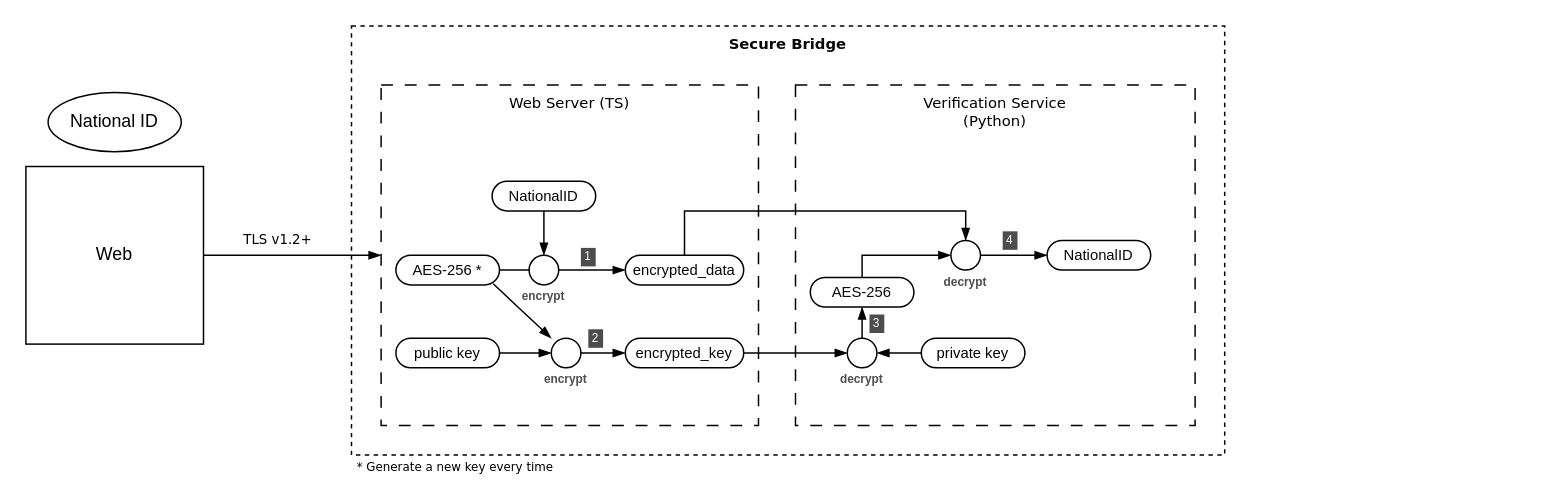
The draw.io diagram secure bridge.drawio in oskee121/Assignment-Secure-Bridge-Library-Apr-2026, before the edit. Source tidied: cells renumbered, new cells numbered last; positions are measured from the earlier drawing's top-left corner, leaving out a move shared by most shapes. Both pictures are drawn from the tidied source at 148%, with x=0, y=0 at pixel (25, 25).
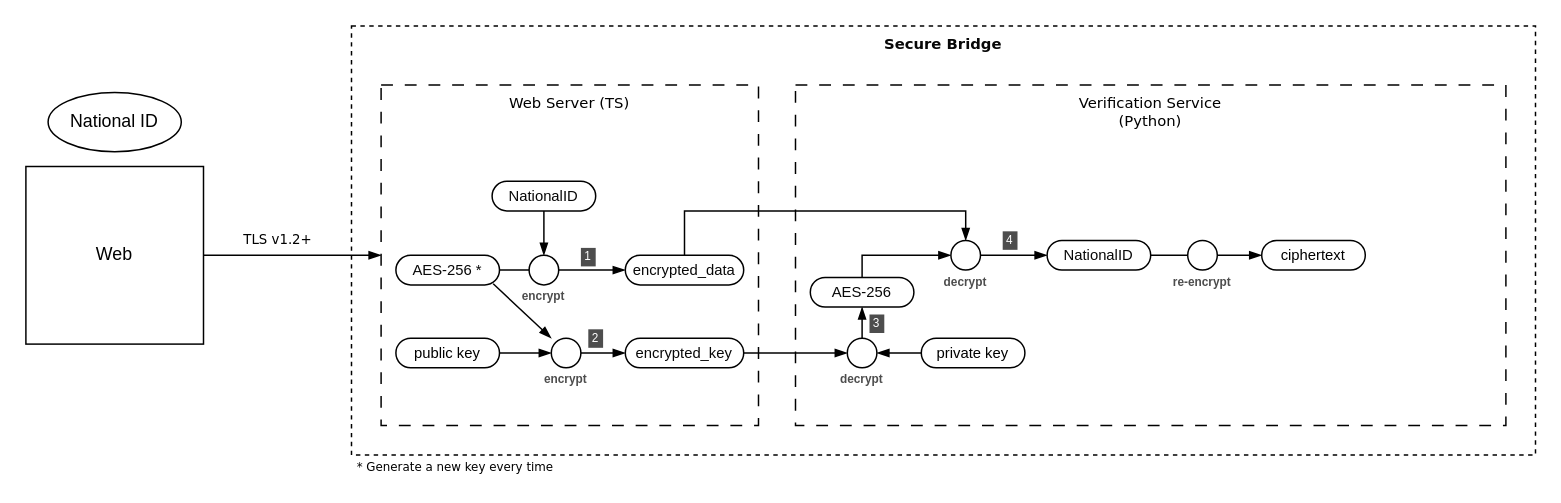
The same page after the edit.

Commit message (it also covers changes not shown here):
refactor: externalize HMAC and private key configuration and update dev script and architecture diagram

Unchanged cells that the change refers to:
```xml
<mxCell id="35" value="&lt;span style=&quot;color: rgb(8, 8, 8); font-family: Helvetica, Arial, freesans, sans-serif; text-align: left;&quot;&gt;NationalID&lt;/span&gt;" style="rounded=1;whiteSpace=wrap;html=1;arcSize=50;fontSize=10;labelBackgroundColor=none;" parent="1" vertex="1">
  <mxGeometry x="690" y="145" width="70" height="20" as="geometry" />
</mxCell>
```

The edit, as a diff of the source:
```diff
@@
     <mxCell id="2" value="&lt;strong style=&quot;font-weight: bold; box-sizing: border-box; color: rgb(8, 8, 8); text-align: start; line-height: 100%;&quot;&gt;Secure Bridge&lt;/strong&gt;" style="rounded=0;whiteSpace=wrap;html=1;verticalAlign=top;labelBackgroundColor=none;dashed=1;fontFamily=Verdana;fontSize=10;" parent="1" vertex="1">
-      <mxGeometry x="220" width="590" height="290" as="geometry" />
+      <mxGeometry x="220" width="800" height="290" as="geometry" />
     </mxCell>
@@
     <mxCell id="7" value="Verification Service&lt;br&gt;(Python)" style="rounded=0;whiteSpace=wrap;html=1;verticalAlign=top;dashed=1;dashPattern=8 8;fontFamily=Verdana;fontSize=10;" parent="1" vertex="1">
-      <mxGeometry x="520" y="40" width="270" height="230" as="geometry" />
+      <mxGeometry x="520" y="40" width="480" height="230" as="geometry" />
     </mxCell>
@@
+    <mxCell id="40" style="edgeStyle=orthogonalEdgeStyle;shape=connector;rounded=0;jettySize=auto;html=1;strokeColor=default;align=center;verticalAlign=middle;fontFamily=Helvetica;fontSize=11;fontColor=default;labelBackgroundColor=default;endArrow=blockThin;endFill=1;" parent="1" edge="1" source="35" target="41">
+      <mxGeometry relative="1" as="geometry" />
+    </mxCell>
@@
+    <mxCell id="41" value="ciphertext" style="rounded=1;whiteSpace=wrap;html=1;arcSize=50;fontSize=10;labelBackgroundColor=none;" parent="1" vertex="1">
+      <mxGeometry x="835" y="145" width="70" height="20" as="geometry" />
+    </mxCell>
+    <mxCell id="42" value="re-encrypt" style="text;html=1;whiteSpace=wrap;strokeColor=none;fillColor=none;align=center;verticalAlign=middle;rounded=0;rotation=0;labelBackgroundColor=default;fontSize=8;fontStyle=1;fontColor=#4D4D4D;" parent="1" vertex="1">
+      <mxGeometry x="765" y="165" width="60" height="15" as="geometry" />
+    </mxCell>
+    <mxCell id="43" style="rounded=1;whiteSpace=wrap;html=1;arcSize=50;fontSize=10;labelBackgroundColor=none;" parent="1" vertex="1">
+      <mxGeometry x="785" y="145" width="20" height="20" as="geometry" />
+    </mxCell>
```
